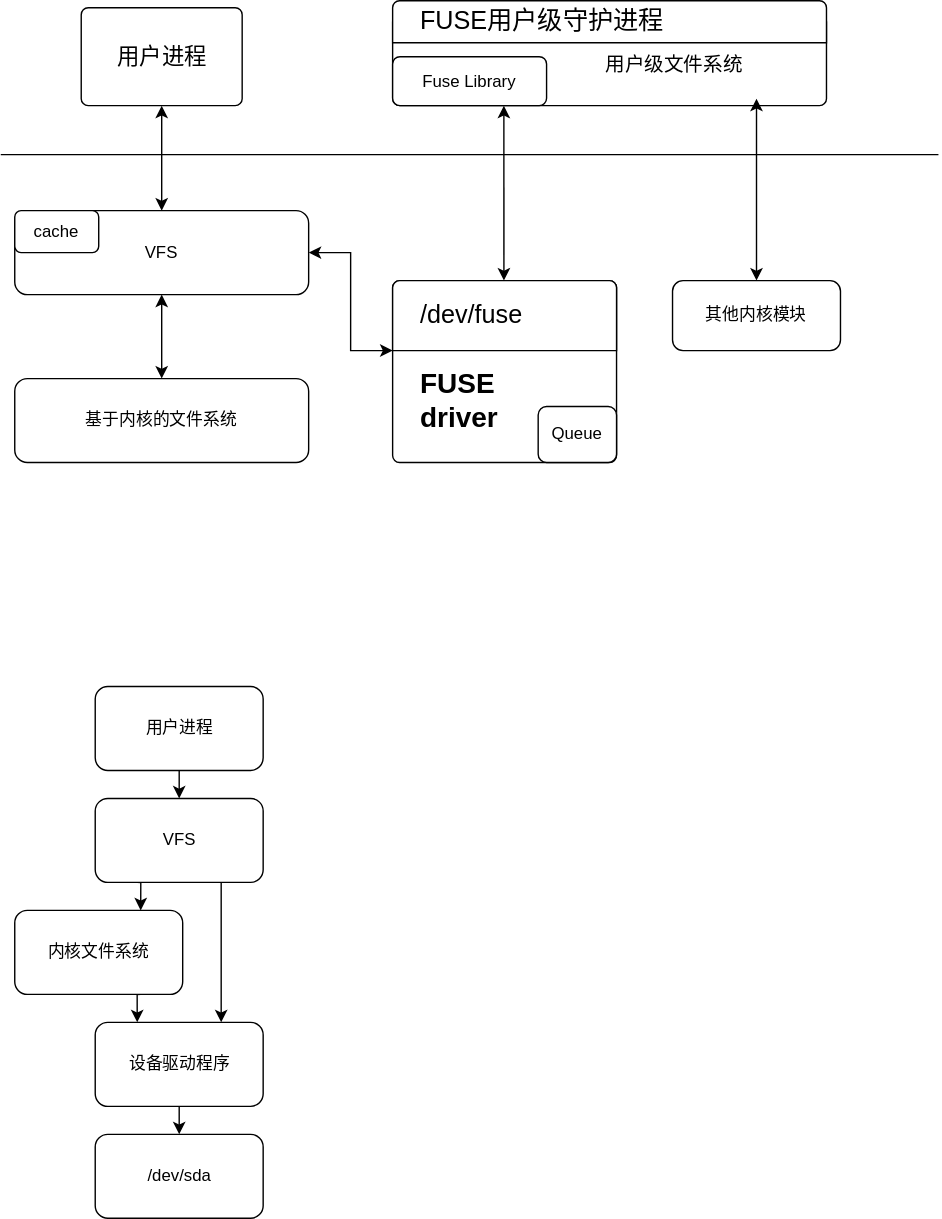
493520280/blog-img keeps this draw.io diagram as 未命名绘图.drawio.svg. Above is the earlier version. Source tidied: cells renumbered, new cells last; positions are measured from the earlier drawing's top-left corner, leaving out a move shared by most shapes.
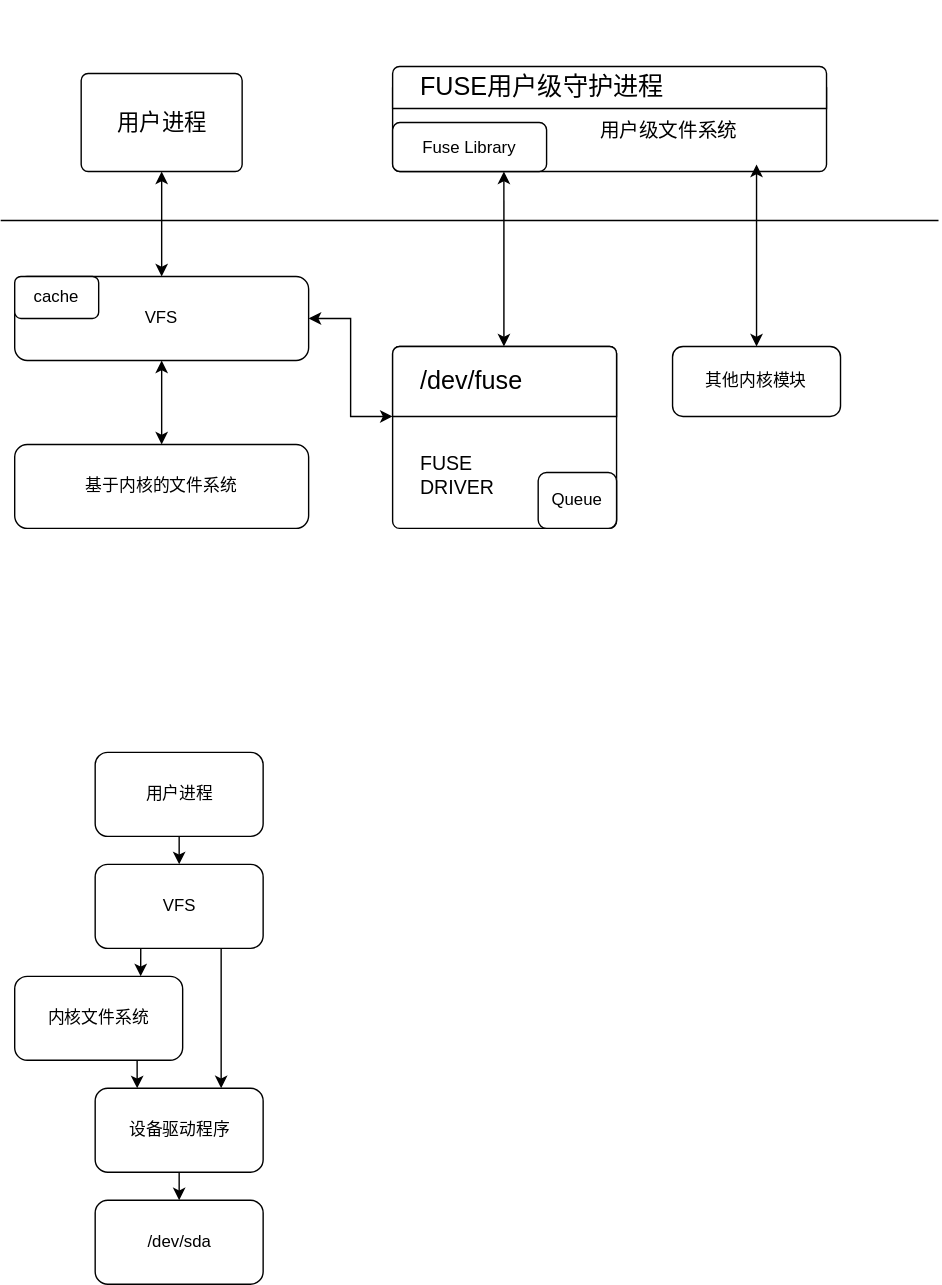
Above is the later version.

Commit message:
更新未命名绘图.drawio.svg

What changed in the source:
```diff
@@ -35,7 +35,7 @@
         </Array>
       </mxGeometry>
     </mxCell>
-    <mxCell id="10" value="&lt;span style=&quot;font-size: 20px;&quot;&gt;&lt;b&gt;FUSE &lt;br&gt;driver&lt;/b&gt;&lt;/span&gt;" style="html=1;shadow=0;dashed=0;shape=mxgraph.bootstrap.rrect;rSize=5;html=1;whiteSpace=wrap;verticalAlign=bottom;align=left;spacing=20;spacingBottom=0;fontSize=14;" parent="1" vertex="1">
+    <mxCell id="10" value="&lt;span style=&quot;font-size: 11px;&quot;&gt;&lt;span style=&quot;font-size: 14px;&quot;&gt;&lt;span style=&quot;font-weight: normal;&quot;&gt;FUSE &lt;br&gt;DRIVER&lt;/span&gt;&lt;br style=&quot;&quot;&gt;&lt;/span&gt;&lt;/span&gt;" style="html=1;shadow=0;dashed=0;shape=mxgraph.bootstrap.rrect;rSize=5;html=1;whiteSpace=wrap;verticalAlign=bottom;align=left;spacing=20;spacingBottom=0;fontSize=14;fontStyle=1;" parent="1" vertex="1">
       <mxGeometry x="280" y="195" width="160" height="130" as="geometry" />
     </mxCell>
     <mxCell id="11" value="/dev/fuse" style="html=1;shadow=0;dashed=0;shape=mxgraph.bootstrap.topButton;rSize=5;perimeter=none;whiteSpace=wrap;fontSize=18;align=left;spacing=20;" parent="10" vertex="1">
@@ -49,7 +49,7 @@
         <mxPoint x="359.5" y="70" as="targetPoint" />
       </mxGeometry>
     </mxCell>
-    <mxCell id="14" value="&amp;nbsp; &amp;nbsp; &amp;nbsp; &amp;nbsp; &amp;nbsp; &amp;nbsp; &amp;nbsp; &amp;nbsp; &amp;nbsp; &amp;nbsp; &amp;nbsp; &amp;nbsp; &amp;nbsp; &amp;nbsp; &amp;nbsp; &amp;nbsp; &amp;nbsp; &amp;nbsp; &amp;nbsp; &amp;nbsp;&lt;br&gt;&amp;nbsp; &amp;nbsp; &amp;nbsp; &amp;nbsp; &amp;nbsp; &amp;nbsp; &amp;nbsp; &amp;nbsp; &amp;nbsp; &amp;nbsp; &amp;nbsp; &amp;nbsp; &lt;br&gt;&amp;nbsp; &amp;nbsp; &amp;nbsp; &amp;nbsp; &amp;nbsp; &amp;nbsp; &amp;nbsp; &amp;nbsp; &amp;nbsp; &amp;nbsp; &amp;nbsp; &amp;nbsp; &amp;nbsp; &amp;nbsp; &amp;nbsp; &amp;nbsp; &amp;nbsp; 用户级文件系统" style="html=1;shadow=0;dashed=0;shape=mxgraph.bootstrap.rrect;rSize=5;html=1;whiteSpace=wrap;verticalAlign=bottom;align=left;spacing=20;spacingBottom=0;fontSize=14;" parent="1" vertex="1">
+    <mxCell id="14" value="&amp;nbsp; &amp;nbsp; &amp;nbsp; &amp;nbsp; &amp;nbsp; &amp;nbsp; &amp;nbsp; &amp;nbsp; &amp;nbsp; &amp;nbsp; &amp;nbsp; &amp;nbsp; &amp;nbsp; &amp;nbsp; &amp;nbsp; &amp;nbsp; &amp;nbsp; &amp;nbsp; &amp;nbsp; &amp;nbsp;&lt;br style=&quot;font-size: 14px;&quot;&gt;&amp;nbsp; &amp;nbsp; &amp;nbsp; &amp;nbsp; &amp;nbsp; &amp;nbsp; &amp;nbsp; &amp;nbsp; &amp;nbsp; &amp;nbsp; &amp;nbsp; &amp;nbsp; &lt;br style=&quot;font-size: 14px;&quot;&gt;&amp;nbsp; &amp;nbsp; &amp;nbsp; &amp;nbsp; &amp;nbsp; &amp;nbsp; &amp;nbsp; &amp;nbsp; &amp;nbsp; &amp;nbsp; &amp;nbsp; &amp;nbsp; &amp;nbsp; &amp;nbsp; &amp;nbsp; &amp;nbsp; &amp;nbsp; &lt;br&gt;&amp;nbsp; &amp;nbsp; &amp;nbsp; &amp;nbsp; &amp;nbsp; &amp;nbsp; &amp;nbsp; &amp;nbsp; &amp;nbsp; &amp;nbsp; &amp;nbsp; &amp;nbsp; &amp;nbsp; &amp;nbsp; &amp;nbsp; &amp;nbsp; &amp;nbsp; &amp;nbsp; &lt;br&gt;&lt;br&gt;&amp;nbsp; &amp;nbsp; &amp;nbsp; &amp;nbsp; &amp;nbsp; &amp;nbsp; &amp;nbsp; &amp;nbsp; &amp;nbsp; &amp;nbsp; &amp;nbsp; &amp;nbsp; &amp;nbsp; &amp;nbsp; &amp;nbsp; &amp;nbsp; &amp;nbsp;用户级文件系统" style="html=1;shadow=0;dashed=0;shape=mxgraph.bootstrap.rrect;rSize=5;html=1;whiteSpace=wrap;verticalAlign=bottom;align=left;spacing=20;spacingBottom=0;fontSize=14;" parent="1" vertex="1">
       <mxGeometry x="280" y="5" width="310" height="65" as="geometry" />
     </mxCell>
     <mxCell id="15" value="FUSE用户级守护进程" style="html=1;shadow=0;dashed=0;shape=mxgraph.bootstrap.topButton;rSize=5;perimeter=none;whiteSpace=wrap;fontSize=18;align=left;spacing=20;" parent="14" vertex="1">
```
